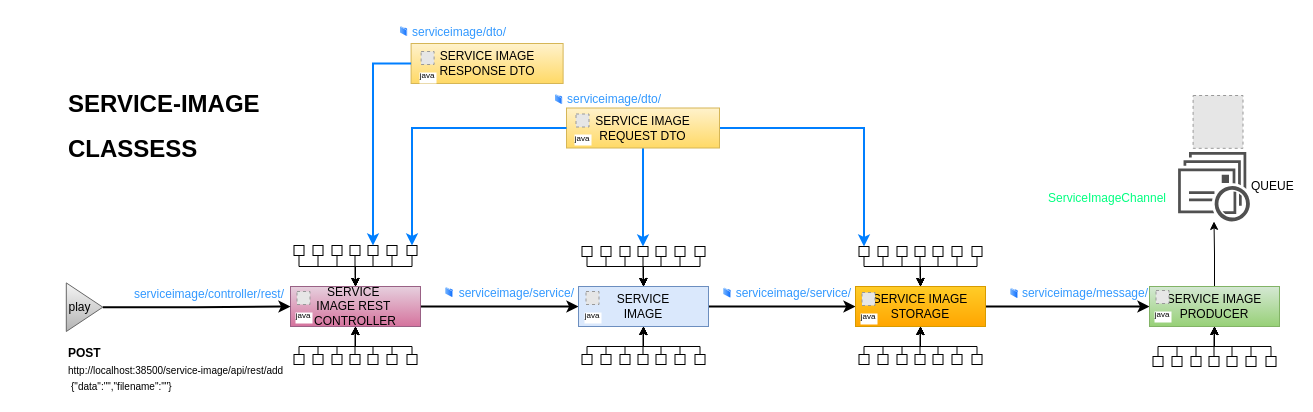
Earlier version of the draw.io diagram page "SERVICE-IMAGE Class" (2 of 3) of media/s3-rabbitmq-service-image.drawio (huntercodexs/s3-rabbitmq-service-image). Source tidied: cells renumbered, new cells numbered last; positions are measured from the earlier drawing's top-left corner, leaving out a move shared by most shapes. Both pictures are drawn from the tidied source at 100%, with x=0, y=0 at pixel (66, 17). Pictures stored in the file or linked from it are replaced by grey dashed boxes.
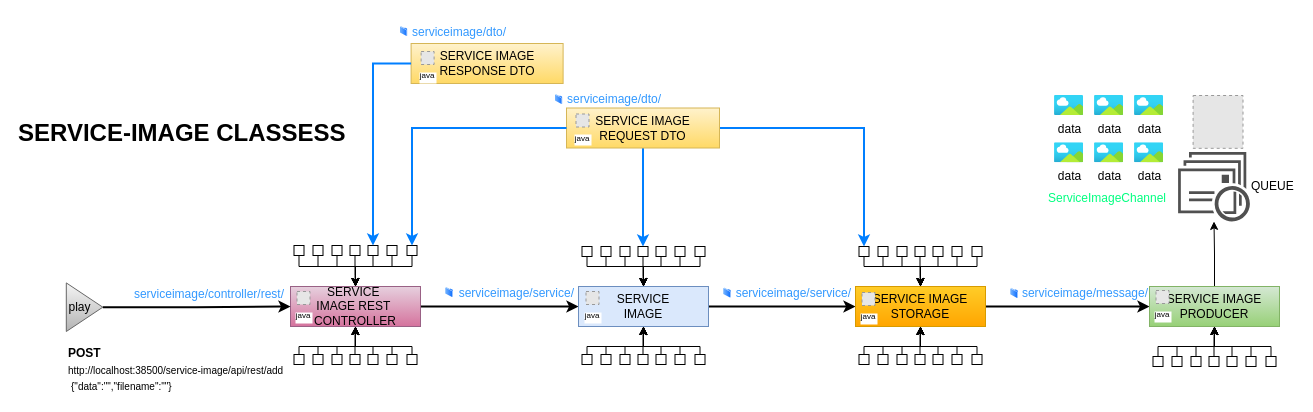
After the change.

Commit message (it also covers changes not shown here):
doc-fix: [stabled] [work] [tested] [project] Fix documentation

What changed in the source:
```diff
@@
-    <mxCell id="18" value="&lt;h1 style=&quot;margin-top: 0px;&quot;&gt;&lt;font style=&quot;font-size: 24px;&quot;&gt;SERVICE-IMAGE&lt;/font&gt;&lt;/h1&gt;&lt;h1 style=&quot;margin-top: 0px;&quot;&gt;&lt;font style=&quot;font-size: 24px;&quot;&gt;CLASSESS&lt;font&gt;&lt;br&gt;&lt;/font&gt;&lt;/font&gt;&lt;/h1&gt;" style="text;html=1;whiteSpace=wrap;overflow=hidden;rounded=0;" parent="1" vertex="1">
-      <mxGeometry x="-0.2" y="66" width="241.9" height="78" as="geometry" />
+    <mxCell id="18" value="&lt;h1 style=&quot;margin-top: 0px;&quot;&gt;&lt;font style=&quot;font-size: 24px;&quot;&gt;SERVICE-IMAGE CLASSESS&lt;font&gt;&lt;br&gt;&lt;/font&gt;&lt;/font&gt;&lt;/h1&gt;" style="text;html=1;whiteSpace=wrap;overflow=hidden;rounded=0;" parent="1" vertex="1">
+      <mxGeometry x="-49.6" y="94.5" width="332.2" height="40" as="geometry" />
     </mxCell>
@@
+    <mxCell id="140" value="data" style="image;html=1;align=center;fontSize=12;image=img/lib/azure2/general/Image.svg;" parent="1" vertex="1">
+      <mxGeometry x="988" y="78" width="29.1" height="20" as="geometry" />
+    </mxCell>
+    <mxCell id="141" value="data" style="image;html=1;align=center;fontSize=12;image=img/lib/azure2/general/Image.svg;" parent="1" vertex="1">
+      <mxGeometry x="1028" y="78" width="29.1" height="20" as="geometry" />
+    </mxCell>
+    <mxCell id="142" value="data" style="image;html=1;align=center;fontSize=12;image=img/lib/azure2/general/Image.svg;" parent="1" vertex="1">
+      <mxGeometry x="1068" y="78" width="29.1" height="20" as="geometry" />
+    </mxCell>
+    <mxCell id="143" value="data" style="image;html=1;align=center;fontSize=12;image=img/lib/azure2/general/Image.svg;" parent="1" vertex="1">
+      <mxGeometry x="988" y="125.2" width="29.1" height="20" as="geometry" />
+    </mxCell>
+    <mxCell id="144" value="data" style="image;html=1;align=center;fontSize=12;image=img/lib/azure2/general/Image.svg;" parent="1" vertex="1">
+      <mxGeometry x="1028" y="125.2" width="29.1" height="20" as="geometry" />
+    </mxCell>
+    <mxCell id="145" value="data" style="image;html=1;align=center;fontSize=12;image=img/lib/azure2/general/Image.svg;" parent="1" vertex="1">
+      <mxGeometry x="1068" y="125.2" width="29.1" height="20" as="geometry" />
+    </mxCell>
```
